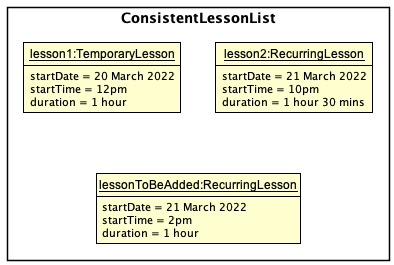
nus-cs2103-AY2122S2/tp keeps this PlantUML diagram as docs/images/AddLessonObjectDiagram_4.png. Above is the earlier version.
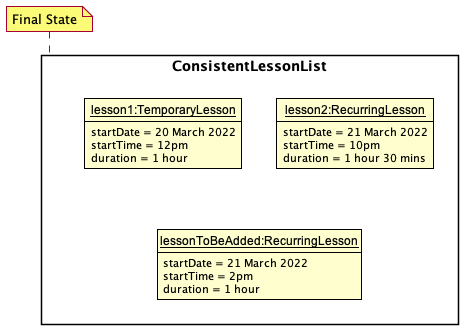
The same file after the commit.

Change to the diagram source:
```diff
@@ -31,6 +31,10 @@
     }
 }
 
+note top of ConsistentLessonList
+    Final State
+end note
+
 Lesson3 -[hidden]up-> Lesson1
 Lesson3 -[hidden]up-> Lesson2
 
```
